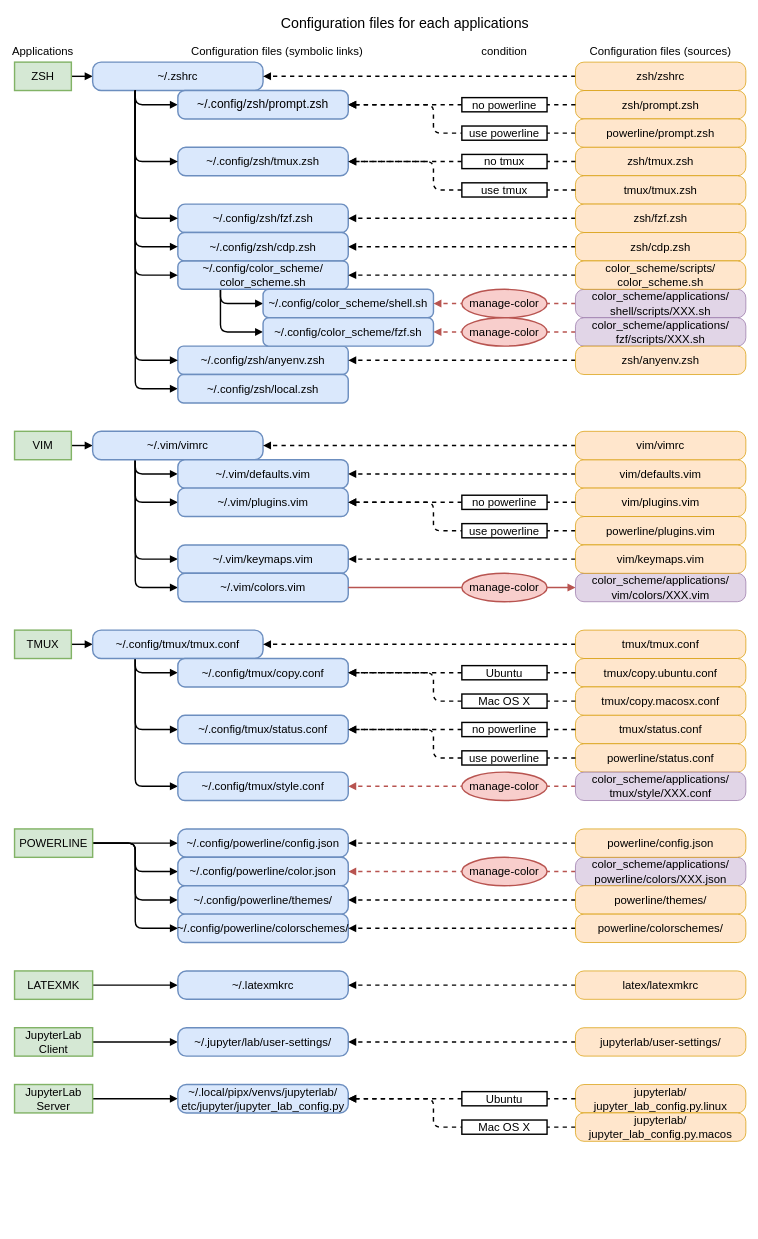
Before: configfiles.drawio in tetutaro/dotfiles, a draw.io diagram. Source tidied: cells renumbered, new cells numbered last; positions are measured from the earlier drawing's top-left corner, leaving out a move shared by most shapes. Both pictures are drawn from the tidied source at 71%, with x=0, y=0 at pixel (14, 12).
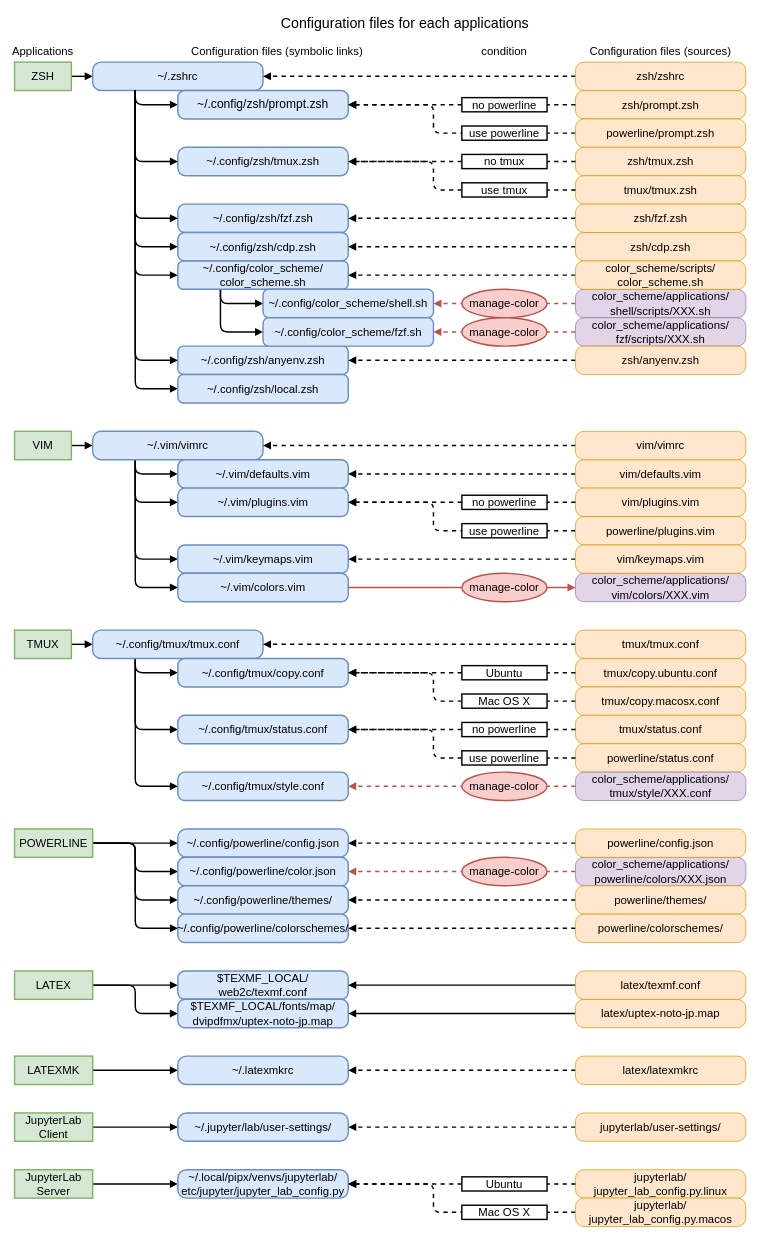
After the change.

Change to the diagram source:
```diff
@@
     <mxCell id="135" value="LATEXMK" style="rounded=0;whiteSpace=wrap;html=1;strokeWidth=2;fillColor=#d5e8d4;strokeColor=#82b366;fontSize=16;" parent="1" vertex="1">
-      <mxGeometry y="1350" width="110" height="40" as="geometry" />
+      <mxGeometry y="1470" width="110" height="40" as="geometry" />
     </mxCell>
     <mxCell id="136" value="~/.latexmkrc" style="rounded=1;whiteSpace=wrap;html=1;arcSize=30;strokeWidth=2;fillColor=#dae8fc;strokeColor=#6c8ebf;fontSize=16;" parent="1" vertex="1">
-      <mxGeometry x="230" y="1350" width="240" height="40" as="geometry" />
+      <mxGeometry x="230" y="1470" width="240" height="40" as="geometry" />
     </mxCell>
@@
     <mxCell id="138" value="latex/latexmkrc" style="rounded=1;whiteSpace=wrap;html=1;arcSize=30;fillColor=#ffe6cc;strokeColor=#d79b00;fontSize=16;" parent="1" vertex="1">
-      <mxGeometry x="790" y="1350" width="240" height="40" as="geometry" />
+      <mxGeometry x="790" y="1470" width="240" height="40" as="geometry" />
     </mxCell>
@@
     <mxCell id="140" value="JupyterLab&lt;br&gt;Client" style="rounded=0;whiteSpace=wrap;html=1;strokeWidth=2;fillColor=#d5e8d4;strokeColor=#82b366;fontSize=16;" parent="1" vertex="1">
-      <mxGeometry y="1430" width="110" height="40" as="geometry" />
+      <mxGeometry y="1550" width="110" height="40" as="geometry" />
     </mxCell>
     <mxCell id="141" value="~/.jupyter/lab/user-settings/" style="rounded=1;whiteSpace=wrap;html=1;arcSize=30;strokeWidth=2;fillColor=#dae8fc;strokeColor=#6c8ebf;fontSize=16;" parent="1" vertex="1">
-      <mxGeometry x="230" y="1430" width="240" height="40" as="geometry" />
+      <mxGeometry x="230" y="1550" width="240" height="40" as="geometry" />
     </mxCell>
@@
     <mxCell id="143" value="jupyterlab/user-settings/" style="rounded=1;whiteSpace=wrap;html=1;arcSize=30;fillColor=#ffe6cc;strokeColor=#d79b00;fontSize=16;" parent="1" vertex="1">
-      <mxGeometry x="790" y="1430" width="240" height="40" as="geometry" />
+      <mxGeometry x="790" y="1550" width="240" height="40" as="geometry" />
     </mxCell>
@@
     <mxCell id="145" value="JupyterLab&lt;br&gt;Server" style="rounded=0;whiteSpace=wrap;html=1;strokeWidth=2;fillColor=#d5e8d4;strokeColor=#82b366;fontSize=16;" parent="1" vertex="1">
-      <mxGeometry y="1510" width="110" height="40" as="geometry" />
+      <mxGeometry y="1630" width="110" height="40" as="geometry" />
     </mxCell>
     <mxCell id="146" value="~/.local/pipx/venvs/jupyterlab/&lt;br&gt;etc/jupyter/jupyter_lab_config.py" style="rounded=1;whiteSpace=wrap;html=1;arcSize=30;strokeWidth=2;fillColor=#dae8fc;strokeColor=#6c8ebf;fontSize=16;" parent="1" vertex="1">
-      <mxGeometry x="230" y="1510" width="240" height="40" as="geometry" />
+      <mxGeometry x="230" y="1630" width="240" height="40" as="geometry" />
     </mxCell>
@@
     <mxCell id="148" value="jupyterlab/&lt;br&gt;jupyter_lab_config.py.linux" style="rounded=1;whiteSpace=wrap;html=1;arcSize=30;fillColor=#ffe6cc;strokeColor=#d79b00;fontSize=16;" parent="1" vertex="1">
-      <mxGeometry x="790" y="1510" width="240" height="40" as="geometry" />
+      <mxGeometry x="790" y="1630" width="240" height="40" as="geometry" />
     </mxCell>
     <mxCell id="149" style="edgeStyle=orthogonalEdgeStyle;rounded=1;jettySize=auto;html=1;exitX=0;exitY=0.5;exitDx=0;exitDy=0;endArrow=block;endFill=1;strokeWidth=2;dashed=1;startArrow=none;" parent="1" edge="1" source="150" target="146">
       <mxGeometry relative="1" as="geometry">
         <Array as="points">
-          <mxPoint x="590" y="1570" />
-          <mxPoint x="590" y="1530" />
+          <mxPoint x="590" y="1690" />
+          <mxPoint x="590" y="1650" />
         </Array>
       </mxGeometry>
     </mxCell>
     <mxCell id="150" value="jupyterlab/&lt;br&gt;jupyter_lab_config.py.macos" style="rounded=1;whiteSpace=wrap;html=1;arcSize=30;fillColor=#ffe6cc;strokeColor=#d79b00;fontSize=16;" parent="1" vertex="1">
-      <mxGeometry x="790" y="1550" width="240" height="40" as="geometry" />
+      <mxGeometry x="790" y="1670" width="240" height="40" as="geometry" />
     </mxCell>
     <mxCell id="151" value="Ubuntu" style="rounded=0;whiteSpace=wrap;html=1;fontSize=16;strokeWidth=2;" parent="1" vertex="1">
-      <mxGeometry x="630" y="1520" width="120" height="20" as="geometry" />
+      <mxGeometry x="630" y="1640" width="120" height="20" as="geometry" />
     </mxCell>
@@
     <mxCell id="153" value="Mac OS X" style="rounded=0;whiteSpace=wrap;html=1;fontSize=16;strokeWidth=2;" parent="1" vertex="1">
-      <mxGeometry x="630" y="1560" width="120" height="20" as="geometry" />
+      <mxGeometry x="630" y="1680" width="120" height="20" as="geometry" />
     </mxCell>
+    <mxCell id="154" style="edgeStyle=orthogonalEdgeStyle;rounded=1;jettySize=auto;html=1;exitX=1;exitY=0.5;exitDx=0;exitDy=0;entryX=0;entryY=0.5;entryDx=0;entryDy=0;strokeWidth=2;endArrow=block;endFill=1;" parent="1" edge="1" source="156" target="157">
+      <mxGeometry relative="1" as="geometry" />
+    </mxCell>
+    <mxCell id="155" style="edgeStyle=orthogonalEdgeStyle;rounded=1;jettySize=auto;html=1;exitX=1;exitY=0.5;exitDx=0;exitDy=0;entryX=0;entryY=0.5;entryDx=0;entryDy=0;endArrow=block;endFill=1;strokeWidth=2;" parent="1" edge="1" source="156" target="158">
+      <mxGeometry relative="1" as="geometry" />
+    </mxCell>
+    <mxCell id="156" value="LATEX" style="rounded=0;whiteSpace=wrap;html=1;strokeWidth=2;fillColor=#d5e8d4;strokeColor=#82b366;fontSize=16;" parent="1" vertex="1">
+      <mxGeometry y="1350" width="110" height="40" as="geometry" />
+    </mxCell>
+    <mxCell id="157" value="$TEXMF_LOCAL/&lt;br&gt;web2c/texmf.conf" style="rounded=1;whiteSpace=wrap;html=1;arcSize=25;strokeWidth=2;fillColor=#dae8fc;strokeColor=#6c8ebf;fontSize=16;" parent="1" vertex="1">
+      <mxGeometry x="230" y="1350" width="240" height="40" as="geometry" />
+    </mxCell>
+    <mxCell id="158" value="$TEXMF_LOCAL/fonts/map/&lt;br&gt;dvipdfmx/uptex-noto-jp.map" style="rounded=1;whiteSpace=wrap;html=1;arcSize=25;strokeWidth=2;fillColor=#dae8fc;strokeColor=#6c8ebf;fontSize=16;" parent="1" vertex="1">
+      <mxGeometry x="230" y="1390" width="240" height="40" as="geometry" />
+    </mxCell>
+    <mxCell id="159" style="edgeStyle=orthogonalEdgeStyle;rounded=1;jettySize=auto;html=1;exitX=0;exitY=0.5;exitDx=0;exitDy=0;entryX=1;entryY=0.5;entryDx=0;entryDy=0;endArrow=block;endFill=1;strokeWidth=2;" parent="1" edge="1" source="160" target="158">
+      <mxGeometry relative="1" as="geometry" />
+    </mxCell>
+    <mxCell id="160" value="latex/uptex-noto-jp.map" style="rounded=1;whiteSpace=wrap;html=1;arcSize=30;fillColor=#ffe6cc;strokeColor=#d79b00;fontSize=16;" parent="1" vertex="1">
+      <mxGeometry x="790" y="1390" width="240" height="40" as="geometry" />
+    </mxCell>
+    <mxCell id="161" style="edgeStyle=orthogonalEdgeStyle;rounded=1;jettySize=auto;html=1;exitX=0;exitY=0.5;exitDx=0;exitDy=0;entryX=1;entryY=0.5;entryDx=0;entryDy=0;endArrow=block;endFill=1;strokeWidth=2;" parent="1" edge="1" source="162" target="157">
+      <mxGeometry relative="1" as="geometry" />
+    </mxCell>
+    <mxCell id="162" value="latex/texmf.conf" style="rounded=1;whiteSpace=wrap;html=1;arcSize=30;fillColor=#ffe6cc;strokeColor=#d79b00;fontSize=16;" parent="1" vertex="1">
+      <mxGeometry x="790" y="1350" width="240" height="40" as="geometry" />
+    </mxCell>
```
